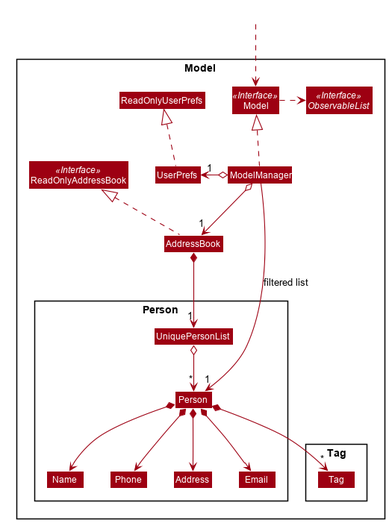
Before: images/ModelClassDiagram.png, a diagram exported from PlantUML (wltan/tp).
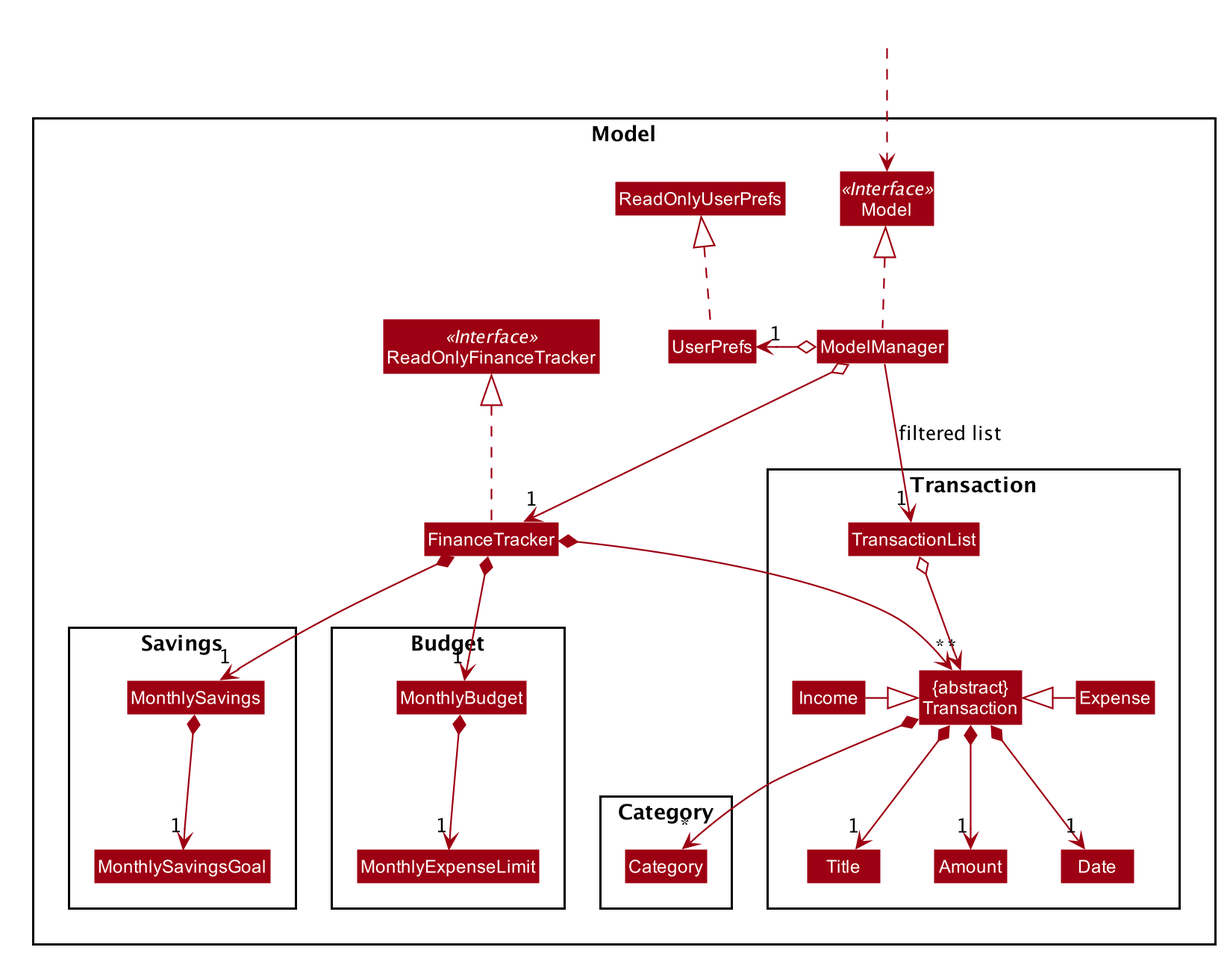
Above is the later version.

The edit, as a diff of the source:
```diff
@@ -52,52 +52,66 @@
 skinparam classBackgroundColor #9D0012
 
 Package Model <<Rectangle>>{
-Interface ReadOnlyAddressBook <<Interface>>
+Interface ReadOnlyFinanceTracker <<Interface>>
 Interface Model <<Interface>>
-Interface ObservableList <<Interface>>
-Class AddressBook
-Class ReadOnlyAddressBook
+Class FinanceTracker
+Class ReadOnlyFinanceTracker
 Class Model
 Class ModelManager
 Class UserPrefs
 Class ReadOnlyUserPrefs
 
-Package Person {
-Class Person
-Class Address
-Class Email
-Class Name
-Class Phone
-Class UniquePersonList
+Package Transaction {
+Class "{abstract}\nTransaction" as Transaction
+Class Expense
+Class Income
+Class Amount
+Class Date
+Class Title
+Class TransactionList
 }
 
-Package Tag {
-Class Tag
+Package Category {
+Class Category
+}
+
+Package Budget {
+Class MonthlyBudget
+Class MonthlyExpenseLimit
+}
+
+Package Savings {
+Class MonthlySavings
+Class MonthlySavingsGoal
 }
 }
 
 Class HiddenOutside #FFFFFF
 HiddenOutside ..> Model
 
-AddressBook .up.|> ReadOnlyAddressBook
+FinanceTracker .up.|> ReadOnlyFinanceTracker
 
 ModelManager .up.|> Model
-Model .right.> ObservableList
-ModelManager o--> "1" AddressBook
+ModelManager o--> "1" FinanceTracker
 ModelManager o-left-> "1" UserPrefs
 UserPrefs .up.|> ReadOnlyUserPrefs
 
-AddressBook *--> "1" UniquePersonList
-UniquePersonList o--> "*" Person
-Person *--> Name
-Person *--> Phone
-Person *--> Email
-Person *--> Address
-Person *--> "*" Tag
+FinanceTracker *--> "*" Transaction
+TransactionList o--> "*" Transaction
+Expense -left-|> Transaction
+Income -right-|> Transaction
+Transaction *--> "1" Title
+Transaction *--> "1" Amount
+Transaction *--> "1" Date
+Transaction *--> "*" Category
 
-Name -[hidden]right-> Phone
-Phone -[hidden]right-> Address
-Address -[hidden]right-> Email
+FinanceTracker *--> "1" MonthlySavings
+MonthlySavings *--> "1" MonthlySavingsGoal
+FinanceTracker *--> "1" MonthlyBudget
+MonthlyBudget *--> "1" MonthlyExpenseLimit
 
-ModelManager -->"1" Person : filtered list
+Title -[hidden]right-> Amount
+Amount -[hidden]right-> Date
+
+ModelManager -->"1" TransactionList : filtered list
 @enduml
```
